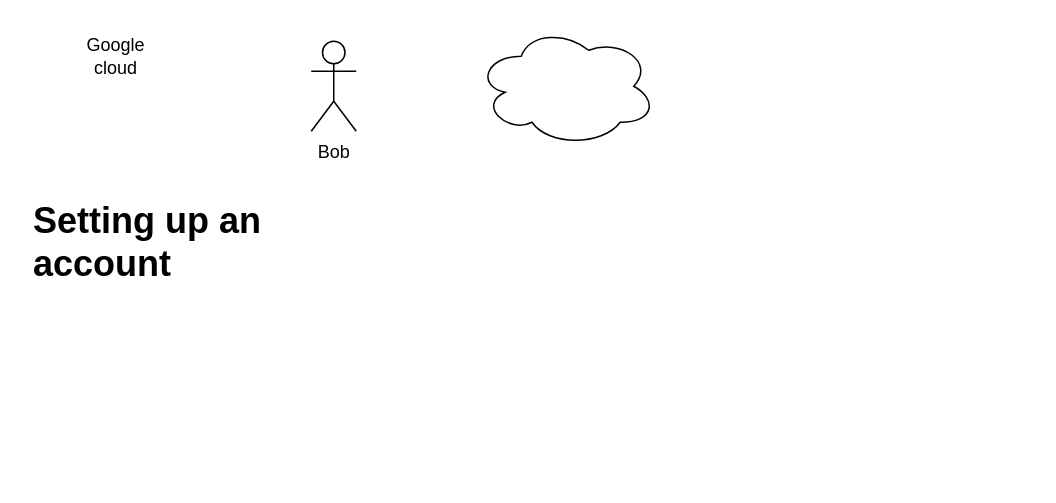
davidrexdowns/learning keeps this draw.io diagram as page "Page-1" (1 of 2) of Untitled Diagram.drawio. Above is the earlier version. Source tidied: cells renumbered, new cells numbered last; positions are measured from the earlier drawing's top-left corner, leaving out a move shared by most shapes. Both pictures are drawn from the tidied source at 150%, with x=0, y=0 at pixel (26, 26).
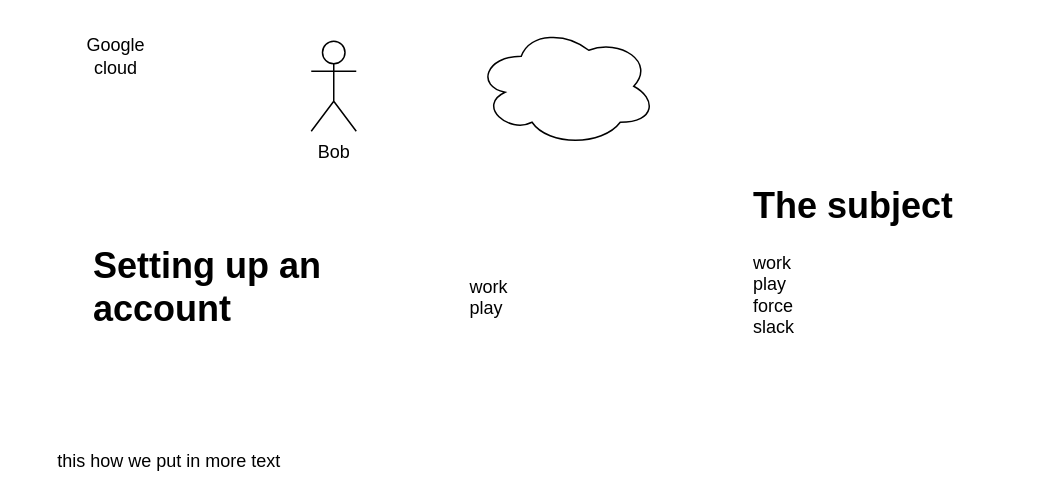
The same page after the edit.

Change to the diagram source:
```diff
@@
 <mxGraphModel>
   <root>
     <mxCell id="0" />
     <mxCell id="1" parent="0" />
     <mxCell id="2" value="Bob" style="shape=umlActor;verticalLabelPosition=bottom;labelBackgroundColor=#ffffff;verticalAlign=top;html=1;" parent="1" vertex="1">
       <mxGeometry x="190" y="10" width="30" height="60" as="geometry" />
     </mxCell>
     <mxCell id="3" style="ellipse;shape=cloud;whiteSpace=wrap;html=1;" parent="1" vertex="1">
       <mxGeometry x="300" width="120" height="80" as="geometry" />
     </mxCell>
     <mxCell id="4" value="Google cloud" style="text;html=1;strokeColor=none;fillColor=none;align=center;verticalAlign=middle;whiteSpace=wrap;rounded=0;" parent="1" vertex="1">
       <mxGeometry x="40" y="10" width="40" height="20" as="geometry" />
     </mxCell>
     <mxCell id="5" value="&lt;h1&gt;Setting up an account&lt;/h1&gt;" style="text;html=1;strokeColor=none;fillColor=none;spacing=5;spacingTop=-20;whiteSpace=wrap;overflow=hidden;rounded=0;" parent="1" vertex="1">
-      <mxGeometry y="110" width="190" height="120" as="geometry" />
+      <mxGeometry x="40" y="140" width="190" height="120" as="geometry" />
     </mxCell>
+    <mxCell id="6" value="this how we put in more text" style="text;html=1;align=center;verticalAlign=middle;fillColor=none;strokeColor=none;rounded=0;" parent="1" vertex="1">
+      <mxGeometry x="15" y="280" width="160" height="20" as="geometry" />
+    </mxCell>
+    <mxCell id="7" value="&lt;h1&gt;The subject&lt;/h1&gt;&lt;div&gt;work&lt;/div&gt;&lt;div&gt;play&amp;nbsp;&lt;/div&gt;&lt;div&gt;force&lt;/div&gt;&lt;div&gt;slack&lt;/div&gt;" style="text;html=1;strokeColor=none;fillColor=none;spacing=5;spacingTop=-20;whiteSpace=wrap;overflow=hidden;rounded=0;" parent="1" vertex="1">
+      <mxGeometry x="480" y="100" width="190" height="120" as="geometry" />
+    </mxCell>
+    <mxCell id="8" value="work&lt;br&gt;play" style="text;html=1;" parent="1" vertex="1">
+      <mxGeometry x="293.5" y="160" width="70" height="30" as="geometry" />
+    </mxCell>
   </root>
 </mxGraphModel>
```
